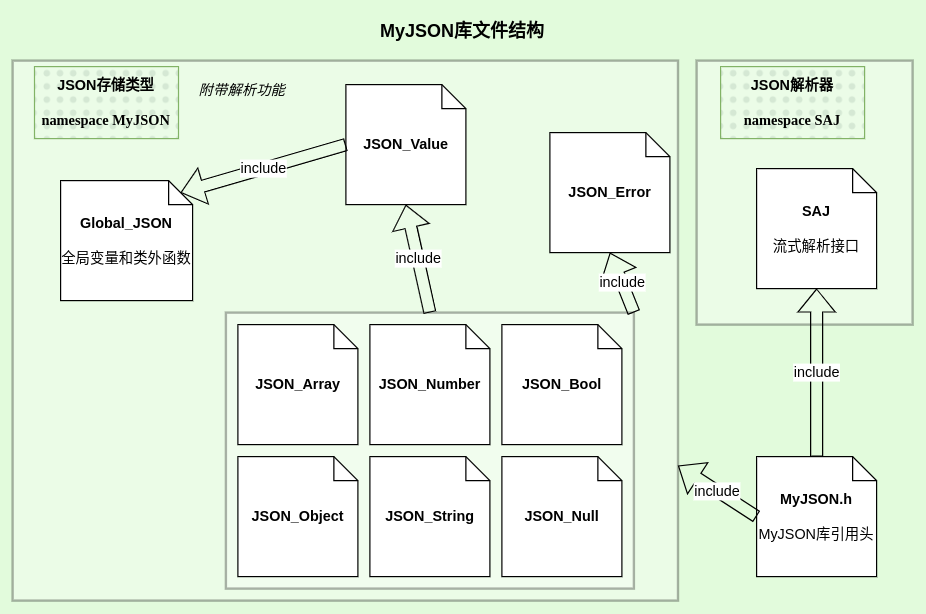
Before: doc/pic_src/files.png, a diagram exported from draw.io (Tankckr/JSON_analyser). Source tidied: cells renumbered, new cells last; positions are measured from the earlier drawing's top-left corner, leaving out a move shared by most shapes. Its diagram source:
```xml
<mxGraphModel background="#e2fbdc">
  <root>
    <mxCell id="0" />
    <mxCell id="1" parent="0" />
    <mxCell id="2" style="rounded=0;whiteSpace=wrap;html=1;opacity=30;strokeWidth=2;" parent="1" vertex="1">
      <mxGeometry x="580" y="50" width="180" height="220" as="geometry" />
    </mxCell>
    <mxCell id="3" style="rounded=0;whiteSpace=wrap;html=1;opacity=0;" parent="1" vertex="1">
      <mxGeometry width="770" height="510" as="geometry" />
    </mxCell>
    <mxCell id="4" style="rounded=0;whiteSpace=wrap;html=1;opacity=30;strokeWidth=2;" parent="1" vertex="1">
      <mxGeometry x="10" y="50" width="554.5" height="450" as="geometry" />
    </mxCell>
    <mxCell id="5" style="rounded=0;whiteSpace=wrap;html=1;opacity=30;strokeWidth=2;" parent="1" vertex="1">
      <mxGeometry x="187.8" y="260" width="340" height="230" as="geometry" />
    </mxCell>
    <mxCell id="6" value="&lt;b&gt;Global_JSON&lt;/b&gt;&lt;div&gt;&lt;br&gt;&lt;/div&gt;&lt;div&gt;全局变量和类外函数&lt;/div&gt;" style="shape=note;size=20;whiteSpace=wrap;html=1;" parent="1" vertex="1">
      <mxGeometry x="50" y="150" width="110" height="100" as="geometry" />
    </mxCell>
    <mxCell id="7" value="JSON_Value" style="shape=note;size=20;whiteSpace=wrap;html=1;fontStyle=1;" parent="1" vertex="1">
      <mxGeometry x="287.8" y="70" width="100" height="100" as="geometry" />
    </mxCell>
    <mxCell id="8" value="JSON_Object" style="shape=note;size=20;whiteSpace=wrap;html=1;fontStyle=1;" parent="1" vertex="1">
      <mxGeometry x="197.8" y="380" width="100" height="100" as="geometry" />
    </mxCell>
    <mxCell id="9" value="JSON_Error" style="shape=note;size=20;whiteSpace=wrap;html=1;fontStyle=1;" parent="1" vertex="1">
      <mxGeometry x="457.8" y="110" width="100" height="100" as="geometry" />
    </mxCell>
    <mxCell id="10" value="JSON_String" style="shape=note;size=20;whiteSpace=wrap;html=1;fontStyle=1;" parent="1" vertex="1">
      <mxGeometry x="307.8" y="380" width="100" height="100" as="geometry" />
    </mxCell>
    <mxCell id="11" value="JSON_Array" style="shape=note;size=20;whiteSpace=wrap;html=1;fontStyle=1;" parent="1" vertex="1">
      <mxGeometry x="197.8" y="270" width="100" height="100" as="geometry" />
    </mxCell>
    <mxCell id="12" value="JSON_Null" style="shape=note;size=20;whiteSpace=wrap;html=1;fontStyle=1;" parent="1" vertex="1">
      <mxGeometry x="417.8" y="380" width="100" height="100" as="geometry" />
    </mxCell>
    <mxCell id="13" value="JSON_Bool" style="shape=note;size=20;whiteSpace=wrap;html=1;fontStyle=1;" parent="1" vertex="1">
      <mxGeometry x="417.8" y="270" width="100" height="100" as="geometry" />
    </mxCell>
    <mxCell id="14" value="JSON_Number" style="shape=note;size=20;whiteSpace=wrap;html=1;fontStyle=1;" parent="1" vertex="1">
      <mxGeometry x="307.8" y="270" width="100" height="100" as="geometry" />
    </mxCell>
    <mxCell id="15" value="SAJ&lt;div&gt;&lt;br&gt;&lt;/div&gt;&lt;div&gt;&lt;span style=&quot;font-weight: normal;&quot;&gt;流式解析接口&lt;/span&gt;&lt;/div&gt;" style="shape=note;size=20;whiteSpace=wrap;html=1;fontStyle=1;" parent="1" vertex="1">
      <mxGeometry x="630" y="140" width="100" height="100" as="geometry" />
    </mxCell>
    <mxCell id="16" value="&lt;div&gt;MyJSON.h&lt;/div&gt;&lt;div&gt;&lt;br&gt;&lt;/div&gt;&lt;div&gt;&lt;span style=&quot;font-weight: 400;&quot;&gt;MyJSON库引用头&lt;/span&gt;&lt;/div&gt;" style="shape=note;size=20;whiteSpace=wrap;html=1;fontStyle=1;" parent="1" vertex="1">
      <mxGeometry x="630" y="380" width="100" height="100" as="geometry" />
    </mxCell>
    <mxCell id="17" value="include" style="rounded=0;jettySize=auto;html=1;exitX=0;exitY=0.5;exitDx=0;exitDy=0;exitPerimeter=0;shape=flexArrow;strokeWidth=1;entryX=0;entryY=0;entryDx=100;entryDy=10;entryPerimeter=0;" parent="1" edge="1" source="7" target="6">
      <mxGeometry relative="1" as="geometry" />
    </mxCell>
    <mxCell id="18" value="include" style="rounded=0;jettySize=auto;html=1;exitX=1;exitY=0;exitDx=0;exitDy=0;shape=flexArrow;strokeWidth=1;entryX=0.5;entryY=1;entryDx=0;entryDy=0;entryPerimeter=0;" parent="1" edge="1" source="5" target="9">
      <mxGeometry relative="1" as="geometry" />
    </mxCell>
    <mxCell id="19" value="include" style="rounded=0;jettySize=auto;html=1;exitX=0.5;exitY=0;exitDx=0;exitDy=0;shape=flexArrow;strokeWidth=1;entryX=0.5;entryY=1;entryDx=0;entryDy=0;entryPerimeter=0;" parent="1" edge="1" source="5" target="7">
      <mxGeometry relative="1" as="geometry" />
    </mxCell>
    <mxCell id="20" value="include" style="rounded=0;jettySize=auto;html=1;exitX=0.5;exitY=0;exitDx=0;exitDy=0;shape=flexArrow;strokeWidth=1;entryX=0.5;entryY=1;entryDx=0;entryDy=0;exitPerimeter=0;entryPerimeter=0;" parent="1" edge="1" source="16" target="15">
      <mxGeometry relative="1" as="geometry" />
    </mxCell>
    <mxCell id="21" value="MyJSON库文件结构" style="text;strokeColor=none;align=center;fillColor=none;html=1;verticalAlign=middle;whiteSpace=wrap;rounded=0;fontSize=15;fontStyle=1;" parent="1" vertex="1">
      <mxGeometry x="312.2" y="10" width="145.5" height="30" as="geometry" />
    </mxCell>
    <mxCell id="22" value="JSON存储类型&lt;div&gt;&lt;br&gt;&lt;div&gt;&lt;font style=&quot;&quot; face=&quot;Times New Roman&quot;&gt;namespace MyJSON&lt;/font&gt;&lt;/div&gt;&lt;/div&gt;" style="text;strokeColor=#82b366;align=center;fillColor=#d5e8d4;html=1;verticalAlign=middle;whiteSpace=wrap;rounded=0;fontStyle=1;fontSize=12;fillStyle=dots;" parent="1" vertex="1">
      <mxGeometry x="28.2" y="55" width="120" height="60" as="geometry" />
    </mxCell>
    <mxCell id="23" value="&lt;font style=&quot;font-size: 11px;&quot;&gt;附带解析功能&lt;/font&gt;" style="text;strokeColor=none;align=center;fillColor=none;html=1;verticalAlign=middle;whiteSpace=wrap;rounded=0;fontStyle=2;fontSize=8;fillStyle=dots;" parent="1" vertex="1">
      <mxGeometry x="150" y="60" width="102.8" height="30" as="geometry" />
    </mxCell>
    <mxCell id="24" value="JSON解析器&lt;div&gt;&lt;br&gt;&lt;/div&gt;&lt;div&gt;&lt;font face=&quot;Times New Roman&quot;&gt;namespace SAJ&lt;/font&gt;&lt;/div&gt;" style="text;strokeColor=#82b366;align=center;fillColor=#d5e8d4;html=1;verticalAlign=middle;whiteSpace=wrap;rounded=0;fontStyle=1;fontSize=12;fillStyle=dots;" parent="1" vertex="1">
      <mxGeometry x="600" y="55" width="120" height="60" as="geometry" />
    </mxCell>
    <mxCell id="25" value="include" style="rounded=0;jettySize=auto;html=1;exitX=0;exitY=0.5;exitDx=0;exitDy=0;shape=flexArrow;strokeWidth=1;entryX=1;entryY=0.75;entryDx=0;entryDy=0;exitPerimeter=0;" parent="1" edge="1" source="16" target="4">
      <mxGeometry relative="1" as="geometry" />
    </mxCell>
  </root>
</mxGraphModel>
```
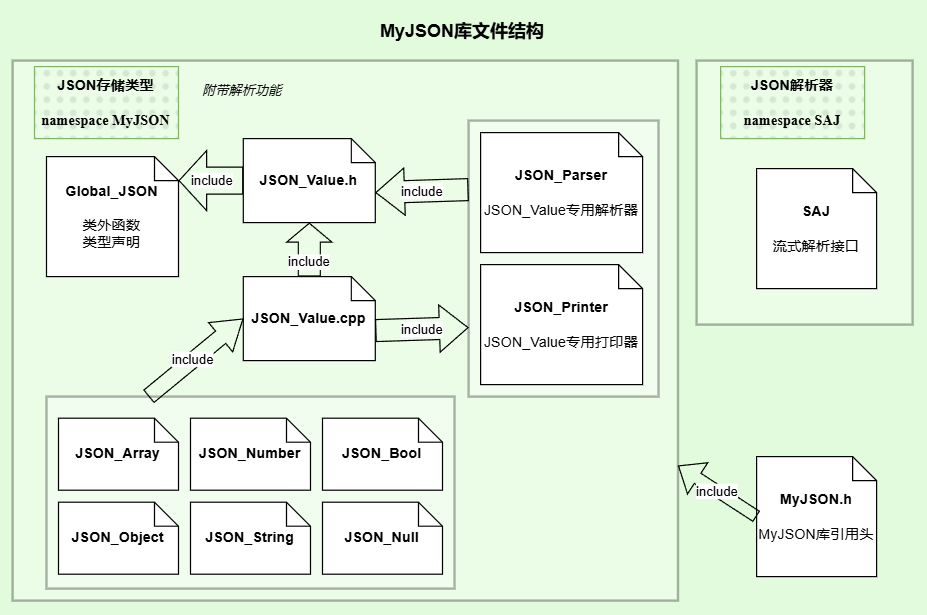
Later version of the same file.

The edit, as a diff of the source:
```diff
@@ -2,44 +2,47 @@
   <root>
     <mxCell id="0" />
     <mxCell id="1" parent="0" />
+    <mxCell id="4" style="rounded=0;whiteSpace=wrap;html=1;opacity=30;strokeWidth=2;" parent="1" vertex="1">
+      <mxGeometry x="10" y="50" width="554.5" height="450" as="geometry" />
+    </mxCell>
+    <mxCell id="3" style="rounded=0;whiteSpace=wrap;html=1;opacity=0;" parent="1" vertex="1">
+      <mxGeometry width="770" height="510" as="geometry" />
+    </mxCell>
+    <mxCell id="26" style="rounded=0;whiteSpace=wrap;html=1;opacity=30;strokeWidth=2;" parent="1" vertex="1">
+      <mxGeometry x="390" y="100" width="158.2" height="230" as="geometry" />
+    </mxCell>
     <mxCell id="2" style="rounded=0;whiteSpace=wrap;html=1;opacity=30;strokeWidth=2;" parent="1" vertex="1">
       <mxGeometry x="580" y="50" width="180" height="220" as="geometry" />
     </mxCell>
-    <mxCell id="3" style="rounded=0;whiteSpace=wrap;html=1;opacity=0;" parent="1" vertex="1">
-      <mxGeometry width="770" height="510" as="geometry" />
-    </mxCell>
-    <mxCell id="4" style="rounded=0;whiteSpace=wrap;html=1;opacity=30;strokeWidth=2;" parent="1" vertex="1">
-      <mxGeometry x="10" y="50" width="554.5" height="450" as="geometry" />
-    </mxCell>
     <mxCell id="5" style="rounded=0;whiteSpace=wrap;html=1;opacity=30;strokeWidth=2;" parent="1" vertex="1">
-      <mxGeometry x="187.8" y="260" width="340" height="230" as="geometry" />
+      <mxGeometry x="38.2" y="330" width="340" height="160" as="geometry" />
     </mxCell>
-    <mxCell id="6" value="&lt;b&gt;Global_JSON&lt;/b&gt;&lt;div&gt;&lt;br&gt;&lt;/div&gt;&lt;div&gt;全局变量和类外函数&lt;/div&gt;" style="shape=note;size=20;whiteSpace=wrap;html=1;" parent="1" vertex="1">
-      <mxGeometry x="50" y="150" width="110" height="100" as="geometry" />
+    <mxCell id="6" value="&lt;b&gt;Global_JSON&lt;/b&gt;&lt;div&gt;&lt;br&gt;&lt;/div&gt;&lt;div&gt;类外函数&lt;/div&gt;&lt;div&gt;类型声明&lt;/div&gt;" style="shape=note;size=20;whiteSpace=wrap;html=1;" parent="1" vertex="1">
+      <mxGeometry x="38.2" y="130" width="110" height="100" as="geometry" />
     </mxCell>
-    <mxCell id="7" value="JSON_Value" style="shape=note;size=20;whiteSpace=wrap;html=1;fontStyle=1;" parent="1" vertex="1">
-      <mxGeometry x="287.8" y="70" width="100" height="100" as="geometry" />
+    <mxCell id="7" value="JSON_Value.cpp" style="shape=note;size=20;whiteSpace=wrap;html=1;fontStyle=1;" parent="1" vertex="1">
+      <mxGeometry x="202.2" y="230" width="110" height="70" as="geometry" />
     </mxCell>
     <mxCell id="8" value="JSON_Object" style="shape=note;size=20;whiteSpace=wrap;html=1;fontStyle=1;" parent="1" vertex="1">
-      <mxGeometry x="197.8" y="380" width="100" height="100" as="geometry" />
+      <mxGeometry x="48.2" y="418" width="100" height="60" as="geometry" />
     </mxCell>
-    <mxCell id="9" value="JSON_Error" style="shape=note;size=20;whiteSpace=wrap;html=1;fontStyle=1;" parent="1" vertex="1">
-      <mxGeometry x="457.8" y="110" width="100" height="100" as="geometry" />
+    <mxCell id="9" value="JSON_Printer&lt;div&gt;&lt;br&gt;&lt;/div&gt;&lt;div&gt;&lt;span style=&quot;font-weight: 400;&quot;&gt;JSON_Value&lt;/span&gt;&lt;span style=&quot;font-weight: 400;&quot;&gt;专用打印器&lt;/span&gt;&lt;br&gt;&lt;/div&gt;" style="shape=note;size=20;whiteSpace=wrap;html=1;fontStyle=1;" parent="1" vertex="1">
+      <mxGeometry x="400" y="220" width="135" height="100" as="geometry" />
     </mxCell>
     <mxCell id="10" value="JSON_String" style="shape=note;size=20;whiteSpace=wrap;html=1;fontStyle=1;" parent="1" vertex="1">
-      <mxGeometry x="307.8" y="380" width="100" height="100" as="geometry" />
+      <mxGeometry x="158.2" y="418" width="100" height="60" as="geometry" />
     </mxCell>
     <mxCell id="11" value="JSON_Array" style="shape=note;size=20;whiteSpace=wrap;html=1;fontStyle=1;" parent="1" vertex="1">
-      <mxGeometry x="197.8" y="270" width="100" height="100" as="geometry" />
+      <mxGeometry x="48.2" y="348" width="100" height="60" as="geometry" />
     </mxCell>
     <mxCell id="12" value="JSON_Null" style="shape=note;size=20;whiteSpace=wrap;html=1;fontStyle=1;" parent="1" vertex="1">
-      <mxGeometry x="417.8" y="380" width="100" height="100" as="geometry" />
+      <mxGeometry x="268.2" y="418" width="100" height="60" as="geometry" />
     </mxCell>
     <mxCell id="13" value="JSON_Bool" style="shape=note;size=20;whiteSpace=wrap;html=1;fontStyle=1;" parent="1" vertex="1">
-      <mxGeometry x="417.8" y="270" width="100" height="100" as="geometry" />
+      <mxGeometry x="268.2" y="348" width="100" height="60" as="geometry" />
     </mxCell>
     <mxCell id="14" value="JSON_Number" style="shape=note;size=20;whiteSpace=wrap;html=1;fontStyle=1;" parent="1" vertex="1">
-      <mxGeometry x="307.8" y="270" width="100" height="100" as="geometry" />
+      <mxGeometry x="158.2" y="348" width="100" height="60" as="geometry" />
     </mxCell>
     <mxCell id="15" value="SAJ&lt;div&gt;&lt;br&gt;&lt;/div&gt;&lt;div&gt;&lt;span style=&quot;font-weight: normal;&quot;&gt;流式解析接口&lt;/span&gt;&lt;/div&gt;" style="shape=note;size=20;whiteSpace=wrap;html=1;fontStyle=1;" parent="1" vertex="1">
       <mxGeometry x="630" y="140" width="100" height="100" as="geometry" />
@@ -47,18 +50,12 @@
     <mxCell id="16" value="&lt;div&gt;MyJSON.h&lt;/div&gt;&lt;div&gt;&lt;br&gt;&lt;/div&gt;&lt;div&gt;&lt;span style=&quot;font-weight: 400;&quot;&gt;MyJSON库引用头&lt;/span&gt;&lt;/div&gt;" style="shape=note;size=20;whiteSpace=wrap;html=1;fontStyle=1;" parent="1" vertex="1">
       <mxGeometry x="630" y="380" width="100" height="100" as="geometry" />
     </mxCell>
-    <mxCell id="17" value="include" style="rounded=0;jettySize=auto;html=1;exitX=0;exitY=0.5;exitDx=0;exitDy=0;exitPerimeter=0;shape=flexArrow;strokeWidth=1;entryX=0;entryY=0;entryDx=100;entryDy=10;entryPerimeter=0;" parent="1" edge="1" source="7" target="6">
+    <mxCell id="17" value="include" style="rounded=0;jettySize=auto;html=1;exitX=0;exitY=0.5;exitDx=0;exitDy=0;shape=flexArrow;strokeWidth=1;entryX=0;entryY=0;entryDx=110;entryDy=20;entryPerimeter=0;endWidth=26.52777777777778;endSize=7.308333333333334;width=22.5;exitPerimeter=0;" parent="1" edge="1" source="29" target="6">
       <mxGeometry relative="1" as="geometry" />
     </mxCell>
-    <mxCell id="18" value="include" style="rounded=0;jettySize=auto;html=1;exitX=1;exitY=0;exitDx=0;exitDy=0;shape=flexArrow;strokeWidth=1;entryX=0.5;entryY=1;entryDx=0;entryDy=0;entryPerimeter=0;" parent="1" edge="1" source="5" target="9">
-      <mxGeometry relative="1" as="geometry" />
-    </mxCell>
-    <mxCell id="19" value="include" style="rounded=0;jettySize=auto;html=1;exitX=0.5;exitY=0;exitDx=0;exitDy=0;shape=flexArrow;strokeWidth=1;entryX=0.5;entryY=1;entryDx=0;entryDy=0;entryPerimeter=0;" parent="1" edge="1" source="5" target="7">
-      <mxGeometry relative="1" as="geometry" />
+    <mxCell id="19" value="include" style="rounded=0;jettySize=auto;html=1;exitX=0.25;exitY=0;exitDx=0;exitDy=0;shape=flexArrow;strokeWidth=1;entryX=0;entryY=0.5;entryDx=0;entryDy=0;width=13.333333333333334;endSize=7.65;entryPerimeter=0;endWidth=17.22222222222222;" parent="1" edge="1" source="5" target="7">
+      <mxGeometry x="-0.06" y="1" relative="1" as="geometry" />
     </mxCell>
-    <mxCell id="20" value="include" style="rounded=0;jettySize=auto;html=1;exitX=0.5;exitY=0;exitDx=0;exitDy=0;shape=flexArrow;strokeWidth=1;entryX=0.5;entryY=1;entryDx=0;entryDy=0;exitPerimeter=0;entryPerimeter=0;" parent="1" edge="1" source="16" target="15">
-      <mxGeometry relative="1" as="geometry" />
-    </mxCell>
     <mxCell id="21" value="MyJSON库文件结构" style="text;strokeColor=none;align=center;fillColor=none;html=1;verticalAlign=middle;whiteSpace=wrap;rounded=0;fontSize=15;fontStyle=1;" parent="1" vertex="1">
       <mxGeometry x="312.2" y="10" width="145.5" height="30" as="geometry" />
     </mxCell>
@@ -74,5 +71,20 @@
     <mxCell id="25" value="include" style="rounded=0;jettySize=auto;html=1;exitX=0;exitY=0.5;exitDx=0;exitDy=0;shape=flexArrow;strokeWidth=1;entryX=1;entryY=0.75;entryDx=0;entryDy=0;exitPerimeter=0;" parent="1" edge="1" source="16" target="4">
       <mxGeometry relative="1" as="geometry" />
     </mxCell>
+    <mxCell id="27" value="JSON_Parser&lt;div&gt;&lt;br&gt;&lt;/div&gt;&lt;div&gt;&lt;span style=&quot;font-weight: normal;&quot;&gt;JSON_Value专用解析器&lt;/span&gt;&lt;/div&gt;" style="shape=note;size=20;whiteSpace=wrap;html=1;fontStyle=1;" parent="1" vertex="1">
+      <mxGeometry x="400" y="110" width="135" height="100" as="geometry" />
+    </mxCell>
+    <mxCell id="28" value="include" style="rounded=0;jettySize=auto;html=1;exitX=0;exitY=0;exitDx=110;exitDy=45;shape=flexArrow;strokeWidth=1;entryX=0;entryY=0.75;entryDx=0;entryDy=0;exitPerimeter=0;width=18.333333333333336;endSize=7.608333333333334;" parent="1" edge="1" source="7" target="26">
+      <mxGeometry relative="1" as="geometry" />
+    </mxCell>
+    <mxCell id="29" value="JSON_Value.h" style="shape=note;size=20;whiteSpace=wrap;html=1;fontStyle=1;" parent="1" vertex="1">
+      <mxGeometry x="202.2" y="115" width="110" height="70" as="geometry" />
+    </mxCell>
+    <mxCell id="30" value="include" style="rounded=0;jettySize=auto;html=1;exitX=0.5;exitY=0;exitDx=0;exitDy=0;shape=flexArrow;strokeWidth=1;entryX=0.5;entryY=1;entryDx=0;entryDy=0;width=18.333333333333336;endSize=4.916666666666667;entryPerimeter=0;endWidth=18.333333333333336;exitPerimeter=0;" parent="1" edge="1" source="7" target="29">
+      <mxGeometry x="-0.5" relative="1" as="geometry" />
+    </mxCell>
+    <mxCell id="31" value="include" style="rounded=0;jettySize=auto;html=1;exitX=0;exitY=0.25;exitDx=0;exitDy=0;shape=flexArrow;strokeWidth=1;entryX=0;entryY=0;entryDx=110;entryDy=45;width=18.333333333333336;endSize=7.608333333333334;entryPerimeter=0;" parent="1" edge="1" source="26" target="29">
+      <mxGeometry relative="1" as="geometry" />
+    </mxCell>
   </root>
 </mxGraphModel>
```
